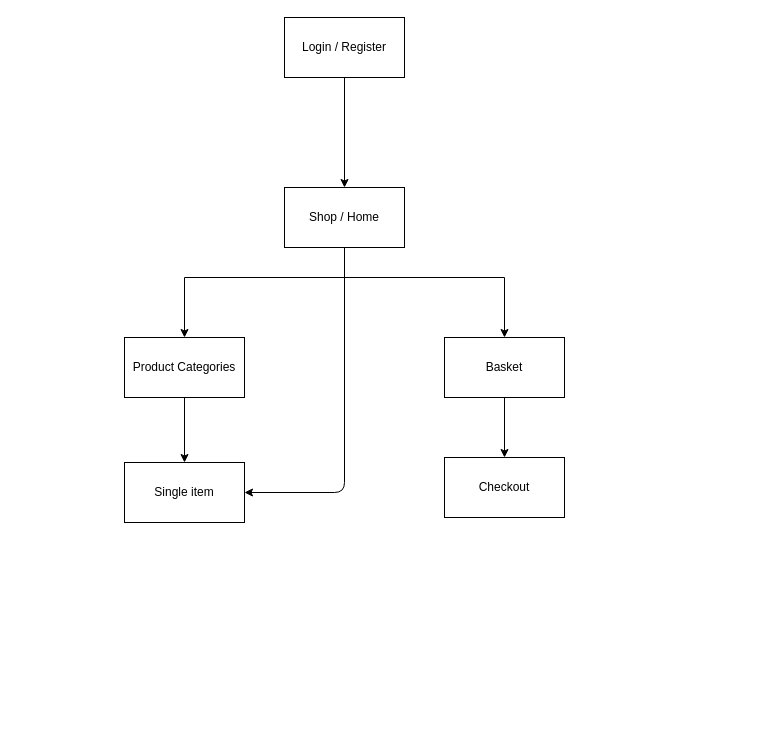
This is sitemap.drawio from JeppeOEM/exam_ux, a draw.io file, before an edit. Source tidied: cells renumbered, new cells numbered last; positions are measured from the earlier drawing's top-left corner, leaving out a move shared by most shapes. Both pictures are drawn from the tidied source at 100%, with x=0, y=0 at pixel (124, 17).
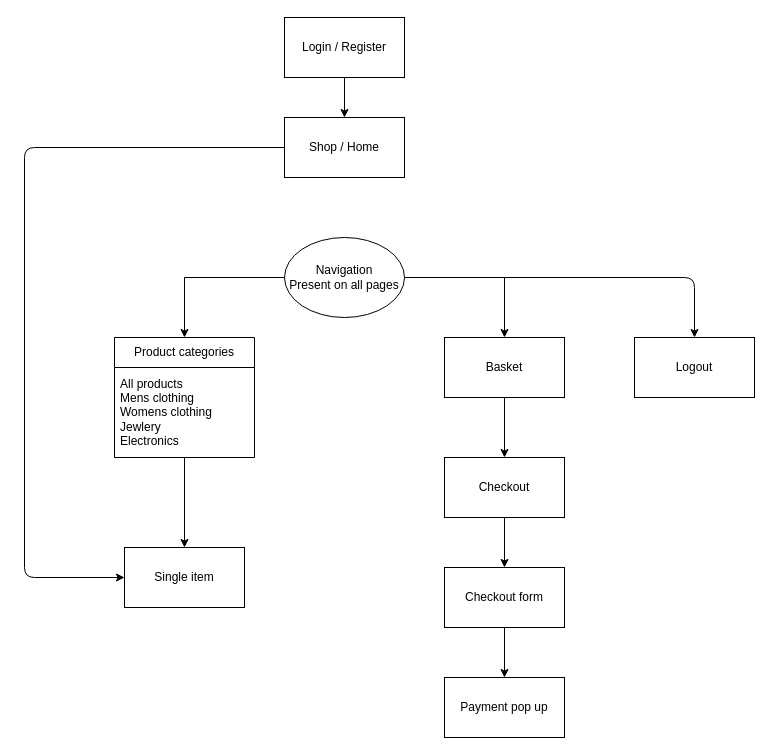
Above is the later version.

The change refers to these unchanged cells:
```xml
<mxCell id="3" value="Login / Register" style="rounded=0;whiteSpace=wrap;html=1;" parent="1" vertex="1">
  <mxGeometry x="160" width="120" height="60" as="geometry" />
</mxCell>
<mxCell id="9" value="Checkout" style="rounded=0;whiteSpace=wrap;html=1;" parent="1" vertex="1">
  <mxGeometry x="320" y="440" width="120" height="60" as="geometry" />
</mxCell>
```

Change to the diagram source:
```diff
@@
-    <mxCell id="2" style="edgeStyle=none;html=1;" parent="1" edge="1" source="3">
-      <mxGeometry relative="1" as="geometry">
-        <mxPoint x="220" y="170" as="targetPoint" />
-      </mxGeometry>
-    </mxCell>
+    <mxCell id="15" style="edgeStyle=none;html=1;entryX=0.5;entryY=0;entryDx=0;entryDy=0;" parent="1" edge="1" source="3" target="5">
+      <mxGeometry relative="1" as="geometry" />
+    </mxCell>
@@
+    <mxCell id="16" style="edgeStyle=none;html=1;entryX=0.5;entryY=0;entryDx=0;entryDy=0;" parent="1" edge="1" target="18">
+      <mxGeometry relative="1" as="geometry">
+        <mxPoint x="380" y="260" as="sourcePoint" />
+        <Array as="points">
+          <mxPoint x="570" y="260" />
+        </Array>
+      </mxGeometry>
+    </mxCell>
-    <mxCell id="4" style="edgeStyle=none;html=1;entryX=1;entryY=0.5;entryDx=0;entryDy=0;exitX=0.5;exitY=1;exitDx=0;exitDy=0;" parent="1" edge="1" source="5" target="6">
+    <mxCell id="4" style="edgeStyle=none;html=1;entryX=0;entryY=0.5;entryDx=0;entryDy=0;" parent="1" edge="1" source="5" target="6">
       <mxGeometry relative="1" as="geometry">
         <Array as="points">
-          <mxPoint x="220" y="475" />
+          <mxPoint x="-100" y="130" />
+          <mxPoint x="-100" y="560" />
         </Array>
       </mxGeometry>
     </mxCell>
     <mxCell id="5" value="Shop / Home" style="rounded=0;whiteSpace=wrap;html=1;" parent="1" vertex="1">
-      <mxGeometry x="160" y="170" width="120" height="60" as="geometry" />
+      <mxGeometry x="160" y="100" width="120" height="60" as="geometry" />
     </mxCell>
     <mxCell id="6" value="Single item" style="rounded=0;whiteSpace=wrap;html=1;" parent="1" vertex="1">
-      <mxGeometry y="445" width="120" height="60" as="geometry" />
+      <mxGeometry y="530" width="120" height="60" as="geometry" />
     </mxCell>
@@
+    <mxCell id="17" style="edgeStyle=none;html=1;entryX=0.5;entryY=0;entryDx=0;entryDy=0;" parent="1" edge="1" source="9" target="23">
+      <mxGeometry relative="1" as="geometry" />
+    </mxCell>
@@
-    <mxCell id="10" style="edgeStyle=none;html=1;entryX=0.5;entryY=0;entryDx=0;entryDy=0;" parent="1" edge="1" source="11" target="6">
-      <mxGeometry relative="1" as="geometry" />
-    </mxCell>
-    <mxCell id="11" value="Product Categories" style="rounded=0;whiteSpace=wrap;html=1;" parent="1" vertex="1">
-      <mxGeometry y="320" width="120" height="60" as="geometry" />
-    </mxCell>
@@
-    <mxCell id="13" style="endArrow=classic;html=1;entryX=0.5;entryY=0;entryDx=0;entryDy=0;" parent="1" edge="1" target="11">
+    <mxCell id="13" style="endArrow=classic;html=1;entryX=0.5;entryY=0;entryDx=0;entryDy=0;" parent="1" edge="1">
       <mxGeometry relative="1" as="geometry">
         <mxPoint x="60" y="260" as="sourcePoint" />
+        <mxPoint x="60" y="320" as="targetPoint" />
       </mxGeometry>
     </mxCell>
@@
+    <mxCell id="18" value="Logout" style="rounded=0;whiteSpace=wrap;html=1;" parent="1" vertex="1">
+      <mxGeometry x="510" y="320" width="120" height="60" as="geometry" />
+    </mxCell>
+    <mxCell id="19" value="Product categories" style="swimlane;fontStyle=0;horizontal=1;startSize=30;whiteSpace=wrap;html=1;" parent="1" vertex="1">
+      <mxGeometry x="-10" y="320" width="140" height="120" as="geometry" />
+    </mxCell>
+    <mxCell id="20" value="All products&lt;br&gt;Mens clothing&lt;br&gt;Womens clothing&lt;br&gt;Jewlery&lt;br&gt;Electronics&lt;br&gt;" style="text;strokeColor=none;fillColor=none;align=left;verticalAlign=middle;spacingLeft=4;spacingRight=4;overflow=hidden;points=[[0,0.5],[1,0.5]];portConstraint=eastwest;whiteSpace=wrap;html=1;" parent="19" vertex="1">
+      <mxGeometry y="30" width="140" height="90" as="geometry" />
+    </mxCell>
+    <mxCell id="21" style="edgeStyle=none;html=1;" parent="1" edge="1" source="20" target="6">
+      <mxGeometry relative="1" as="geometry" />
+    </mxCell>
+    <mxCell id="22" style="edgeStyle=none;html=1;entryX=0.5;entryY=0;entryDx=0;entryDy=0;" parent="1" edge="1" source="23" target="24">
+      <mxGeometry relative="1" as="geometry" />
+    </mxCell>
+    <mxCell id="23" value="Checkout form" style="rounded=0;whiteSpace=wrap;html=1;" parent="1" vertex="1">
+      <mxGeometry x="320" y="550" width="120" height="60" as="geometry" />
+    </mxCell>
+    <mxCell id="24" value="Payment pop up" style="rounded=0;whiteSpace=wrap;html=1;" parent="1" vertex="1">
+      <mxGeometry x="320" y="660" width="120" height="60" as="geometry" />
+    </mxCell>
+    <mxCell id="25" value="Navigation&lt;br&gt;Present on all pages" style="ellipse;whiteSpace=wrap;html=1;" parent="1" vertex="1">
+      <mxGeometry x="160" y="220" width="120" height="80" as="geometry" />
+    </mxCell>
```
